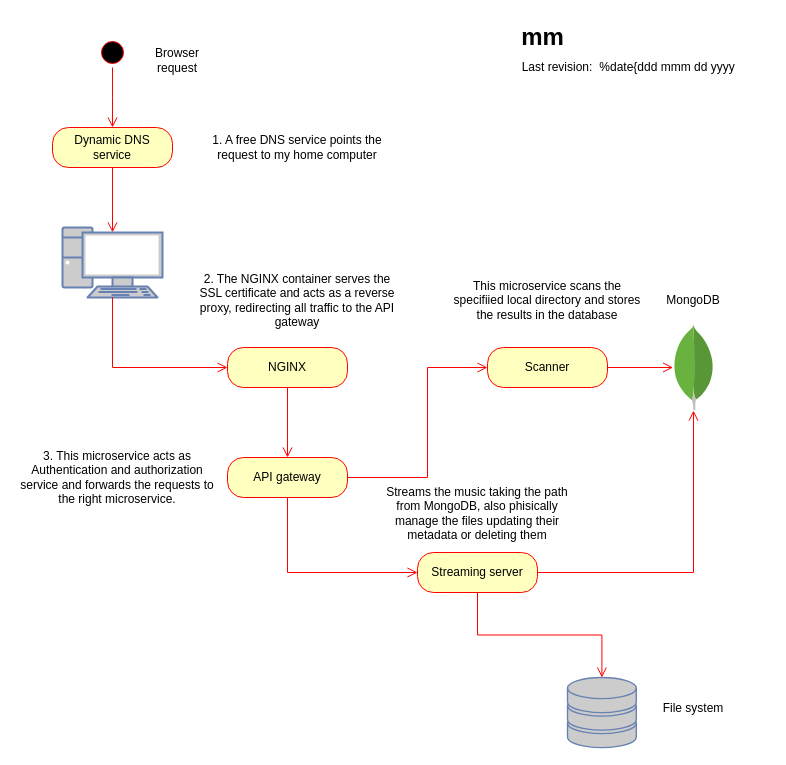
chrisvoo/mm keeps this draw.io diagram as mm.drawio. Above is the earlier version. Source tidied: cells renumbered, new cells numbered last; positions are measured from the earlier drawing's top-left corner, leaving out a move shared by most shapes. Both pictures are drawn from the tidied source at 100%, with x=0, y=0 at pixel (17, 17). Pictures stored in the file or linked from it are replaced by grey dashed boxes.
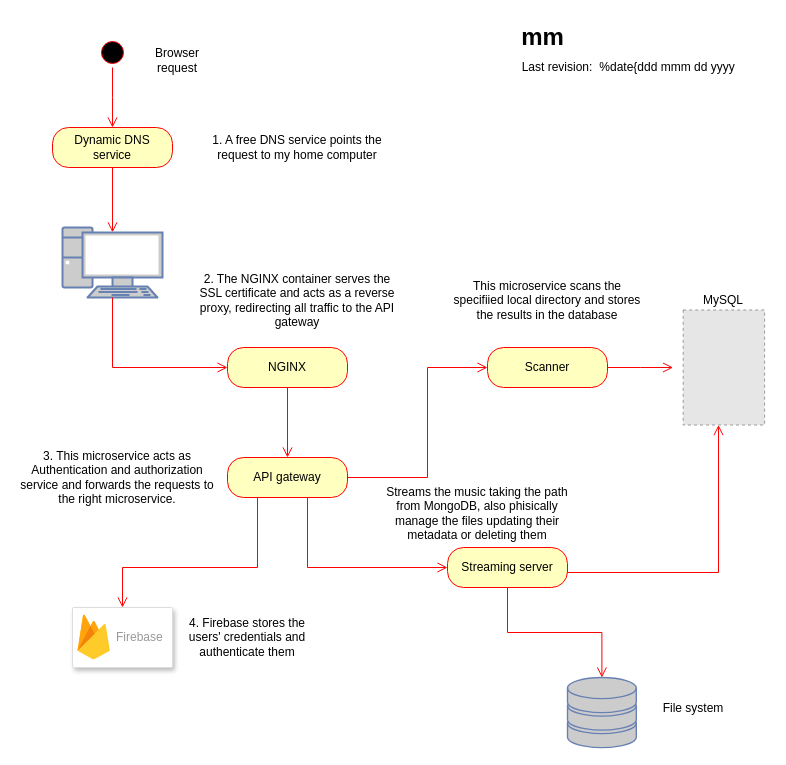
The same diagram, later.

Commit message:
Firebase and MySQL

The change refers to these unchanged cells:
```xml
<mxCell id="16" value="API gateway" style="rounded=1;whiteSpace=wrap;html=1;arcSize=40;fontColor=#000000;fillColor=#ffffc0;strokeColor=#ff0000;" parent="1" vertex="1">
  <mxGeometry x="210" y="440" width="120" height="40" as="geometry" />
</mxCell>
<mxCell id="18" value="Scanner" style="rounded=1;whiteSpace=wrap;html=1;arcSize=40;fontColor=#000000;fillColor=#ffffc0;strokeColor=#ff0000;" parent="1" vertex="1">
  <mxGeometry x="470" y="330" width="120" height="40" as="geometry" />
</mxCell>
```

The edit, as a diff of the source:
```diff
@@
-    <mxCell id="21" style="dashed=0;outlineConnect=0;html=1;align=center;labelPosition=center;verticalLabelPosition=bottom;verticalAlign=top;shape=mxgraph.weblogos.mongodb;" parent="1" vertex="1">
-      <mxGeometry x="655.6" y="306.9" width="41.2" height="86.2" as="geometry" />
-    </mxCell>
-    <mxCell id="22" style="edgeStyle=orthogonalEdgeStyle;html=1;verticalAlign=bottom;endArrow=open;endSize=8;strokeColor=#ff0000;rounded=0;exitX=1;exitY=0.5;exitDx=0;exitDy=0;" parent="1" edge="1" source="18" target="21">
-      <mxGeometry relative="1" as="geometry" />
+    <mxCell id="22" style="edgeStyle=orthogonalEdgeStyle;html=1;verticalAlign=bottom;endArrow=open;endSize=8;strokeColor=#ff0000;rounded=0;exitX=1;exitY=0.5;exitDx=0;exitDy=0;" parent="1" edge="1" source="18">
+      <mxGeometry relative="1" as="geometry">
+        <mxPoint x="655.6" y="350" as="targetPoint" />
+      </mxGeometry>
     </mxCell>
-    <mxCell id="23" value="MongoDB" style="text;html=1;strokeColor=none;fillColor=none;align=center;verticalAlign=middle;whiteSpace=wrap;overflow=hidden;" parent="1" vertex="1">
-      <mxGeometry x="631.2" y="261.9" width="90" height="41.2" as="geometry" />
+    <mxCell id="23" value="MySQL" style="text;html=1;strokeColor=none;fillColor=none;align=center;verticalAlign=middle;whiteSpace=wrap;overflow=hidden;" parent="1" vertex="1">
+      <mxGeometry x="661.4" y="261.9" width="90" height="41.2" as="geometry" />
     </mxCell>
     <mxCell id="24" value="Streaming server" style="rounded=1;whiteSpace=wrap;html=1;arcSize=40;fontColor=#000000;fillColor=#ffffc0;strokeColor=#ff0000;" parent="1" vertex="1">
-      <mxGeometry x="400" y="535" width="120" height="40" as="geometry" />
+      <mxGeometry x="430" y="530" width="120" height="40" as="geometry" />
     </mxCell>
     <mxCell id="25" style="edgeStyle=orthogonalEdgeStyle;html=1;verticalAlign=bottom;endArrow=open;endSize=8;strokeColor=#ff0000;rounded=0;entryX=0;entryY=0.5;entryDx=0;entryDy=0;exitX=0.5;exitY=1;exitDx=0;exitDy=0;" parent="1" edge="1" source="16" target="24">
-      <mxGeometry relative="1" as="geometry" />
+      <mxGeometry relative="1" as="geometry">
+        <Array as="points">
+          <mxPoint x="290" y="480" />
+          <mxPoint x="290" y="550" />
+        </Array>
+      </mxGeometry>
     </mxCell>
-    <mxCell id="26" style="edgeStyle=orthogonalEdgeStyle;html=1;verticalAlign=bottom;endArrow=open;endSize=8;strokeColor=#ff0000;rounded=0;exitX=1;exitY=0.5;exitDx=0;exitDy=0;" parent="1" edge="1" source="24" target="21">
+    <mxCell id="26" style="edgeStyle=orthogonalEdgeStyle;html=1;verticalAlign=bottom;endArrow=open;endSize=8;strokeColor=#ff0000;rounded=0;exitX=1;exitY=0.5;exitDx=0;exitDy=0;" parent="1" edge="1" source="24" target="31">
       <mxGeometry relative="1" as="geometry">
         <Array as="points">
-          <mxPoint x="676" y="555" />
+          <mxPoint x="701" y="555" />
         </Array>
       </mxGeometry>
     </mxCell>
@@
+    <mxCell id="31" style="fillColor=#E6E6E6;strokeColor=#999999;dashed=1;verticalLabelPosition=bottom;verticalAlign=top;" parent="1" vertex="1">
+      <mxGeometry x="665.7" y="292.5" width="81.4" height="115" as="geometry" />
+    </mxCell>
+    <mxCell id="32" style="strokeColor=#dddddd;shadow=1;strokeWidth=1;rounded=1;absoluteArcSize=1;arcSize=2;" parent="1" vertex="1">
+      <mxGeometry x="55" y="590" width="100" height="60" as="geometry" />
+    </mxCell>
+    <mxCell id="33" value="Firebase" style="sketch=0;dashed=0;html=1;fillColor=#5184F3;strokeColor=none;shape=mxgraph.gcp2.firebase;labelPosition=right;verticalLabelPosition=middle;align=left;verticalAlign=middle;spacingLeft=5;fontColor=#999999;fontSize=12;" parent="32" vertex="1">
+      <mxGeometry width="32.4" height="45" relative="1" as="geometry">
+        <mxPoint x="5" y="7" as="offset" />
+      </mxGeometry>
+    </mxCell>
+    <mxCell id="34" style="edgeStyle=orthogonalEdgeStyle;html=1;verticalAlign=bottom;endArrow=open;endSize=8;strokeColor=#ff0000;rounded=0;entryX=0.5;entryY=0;entryDx=0;entryDy=0;exitX=0.25;exitY=1;exitDx=0;exitDy=0;" parent="1" edge="1" source="16" target="32">
+      <mxGeometry relative="1" as="geometry">
+        <Array as="points">
+          <mxPoint x="240" y="550" />
+          <mxPoint x="105" y="550" />
+        </Array>
+      </mxGeometry>
+    </mxCell>
+    <mxCell id="35" value="4. Firebase stores the users' credentials and authenticate them" style="text;html=1;strokeColor=none;fillColor=none;align=center;verticalAlign=middle;whiteSpace=wrap;overflow=hidden;" parent="1" vertex="1">
+      <mxGeometry x="160" y="581.2" width="140" height="77.5" as="geometry" />
+    </mxCell>
```
